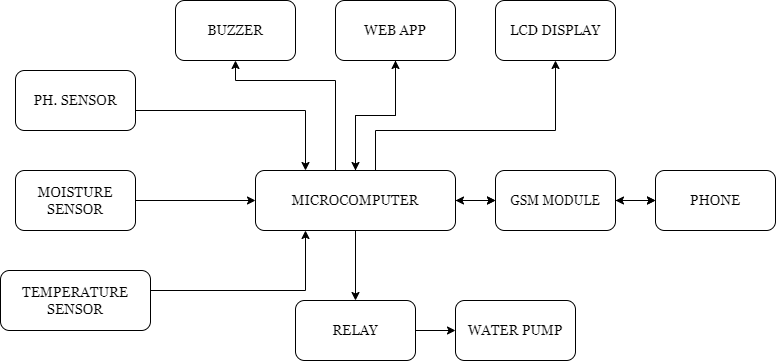
Earlier version of the draw.io export _Add.Inn/_Diagrams/Photos/Block_diagram.png (Err555/Smart-Irrigation-System). Source tidied: cells renumbered, new cells last; positions are measured from the earlier drawing's top-left corner, leaving out a move shared by most shapes.
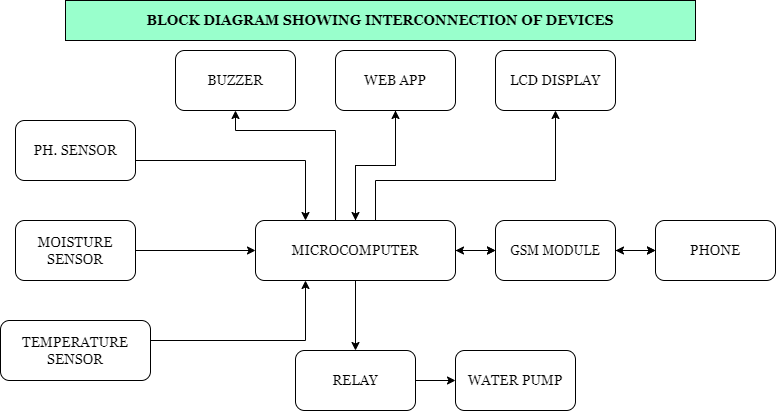
The same file after the commit.

Commit message:
Update Block_diagram

Diff of the diagram source:
```diff
@@ -97,5 +97,8 @@
     <mxCell id="25" value="&lt;font style=&quot;font-size: 14px&quot; face=&quot;Georgia&quot;&gt;WATER PUMP&lt;/font&gt;" style="whiteSpace=wrap;html=1;rounded=1;" parent="1" vertex="1">
       <mxGeometry x="455" y="300" width="120" height="60" as="geometry" />
     </mxCell>
+    <mxCell id="26" value="&lt;b&gt;BLOCK DIAGRAM SHOWING INTERCONNECTION OF DEVICES&lt;/b&gt;" style="rounded=0;whiteSpace=wrap;html=1;fontFamily=Georgia;fontSize=14;fillColor=#99FFCC;" parent="1" vertex="1">
+      <mxGeometry x="65" y="-50" width="630" height="40" as="geometry" />
+    </mxCell>
   </root>
 </mxGraphModel>
```
